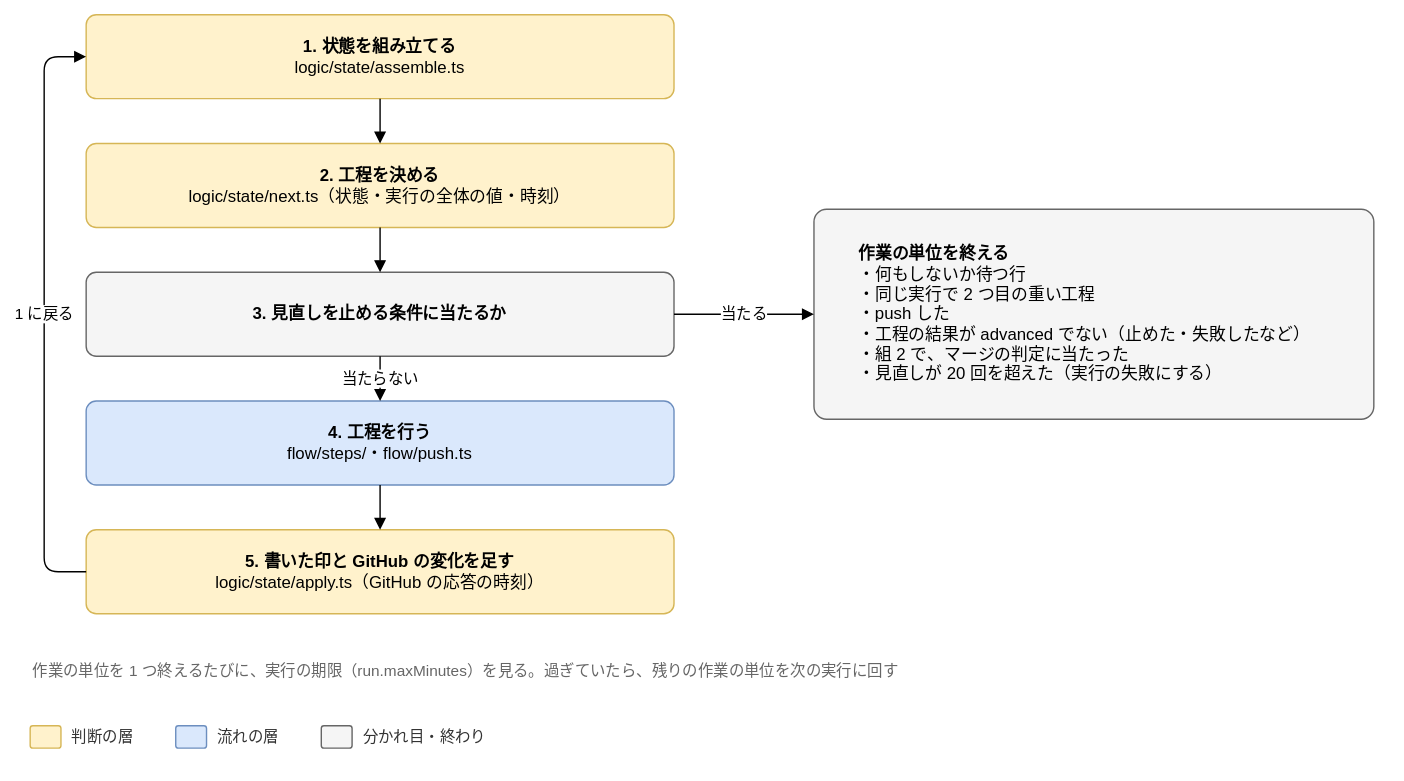
This is docs/design/detailed/diagrams/08-units.drawio.svg from Joymerrevent/dev-autopilot, a draw.io export, as it was before one commit. Source tidied: cells renumbered, new cells last; positions are measured from the earlier drawing's top-left corner, leaving out a move shared by most shapes.
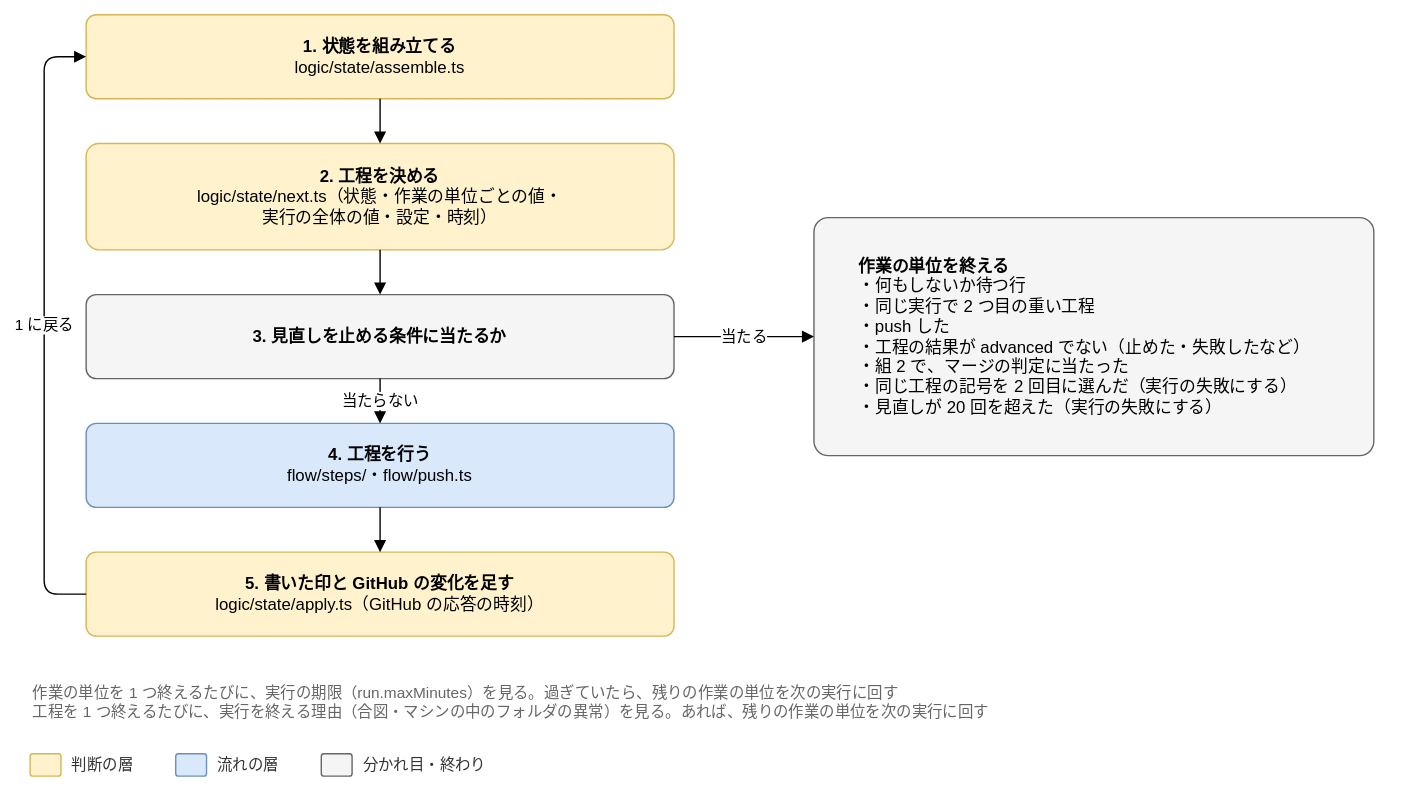
The same diagram one commit later.

Commit message:
docs(design): 08 の 1 回の実行の図と作業の単位の見直しの図を、直した表に合わせる

08-flow.md の表の直しを、図 08-run と 08-units に写す。

- 08-run：順 2 に記録の切れた行（G2 H-14）、順 4 に clone と全体の停止の Issue
  （M-75・M-78）、受付 AI を全体の停止の Issue で起こさないこと（H-1）、点検の依頼の
  結果を順 5 で書くこと（M-79）
- 08-units：next.ts に渡す値（M-88）、同じ工程を 2 回目に選んだら終えること（M-89）、
  実行を終える理由を見ること（M-80）

Claude-Session: https://claude.ai/code/session_01LvmXQN14Y95msvojZ6hWNP

Diff of the diagram source:
```diff
@@ -5,26 +5,26 @@
     <mxCell id="2" value="&lt;b&gt;1. 状態を組み立てる&lt;/b&gt;&lt;br&gt;logic/state/assemble.ts" style="rounded=1;whiteSpace=wrap;html=1;fontSize=12;arcSize=12;spacing=12;fillColor=#fff2cc;strokeColor=#d6b656;" parent="1" vertex="1">
       <mxGeometry x="40" width="420" height="60" as="geometry" />
     </mxCell>
-    <mxCell id="3" value="&lt;b&gt;2. 工程を決める&lt;/b&gt;&lt;br&gt;logic/state/next.ts（状態・実行の全体の値・時刻）" style="rounded=1;whiteSpace=wrap;html=1;fontSize=12;arcSize=12;spacing=12;fillColor=#fff2cc;strokeColor=#d6b656;" parent="1" vertex="1">
-      <mxGeometry x="40" y="92" width="420" height="60" as="geometry" />
+    <mxCell id="3" value="&lt;b&gt;2. 工程を決める&lt;/b&gt;&lt;br&gt;logic/state/next.ts（状態・作業の単位ごとの値・&lt;br&gt;実行の全体の値・設定・時刻）" style="rounded=1;whiteSpace=wrap;html=1;fontSize=12;arcSize=12;spacing=12;fillColor=#fff2cc;strokeColor=#d6b656;" parent="1" vertex="1">
+      <mxGeometry x="40" y="92" width="420" height="76" as="geometry" />
     </mxCell>
     <mxCell id="4" style="edgeStyle=orthogonalEdgeStyle;rounded=1;html=1;endArrow=block;endFill=1;fontSize=11;labelBackgroundColor=#ffffff;exitX=0.5;exitY=1;exitDx=0;exitDy=0;entryX=0.5;entryY=0;entryDx=0;entryDy=0;" parent="1" edge="1" source="2" target="3">
       <mxGeometry relative="1" as="geometry" />
     </mxCell>
     <mxCell id="5" value="&lt;b&gt;3. 見直しを止める条件に当たるか&lt;/b&gt;" style="rounded=1;whiteSpace=wrap;html=1;fontSize=12;arcSize=12;spacing=12;fillColor=#f5f5f5;strokeColor=#666666;" parent="1" vertex="1">
-      <mxGeometry x="40" y="184" width="420" height="60" as="geometry" />
+      <mxGeometry x="40" y="200" width="420" height="60" as="geometry" />
     </mxCell>
     <mxCell id="6" style="edgeStyle=orthogonalEdgeStyle;rounded=1;html=1;endArrow=block;endFill=1;fontSize=11;labelBackgroundColor=#ffffff;exitX=0.5;exitY=1;exitDx=0;exitDy=0;entryX=0.5;entryY=0;entryDx=0;entryDy=0;" parent="1" edge="1" source="3" target="5">
       <mxGeometry relative="1" as="geometry" />
     </mxCell>
     <mxCell id="7" value="&lt;b&gt;4. 工程を行う&lt;/b&gt;&lt;br&gt;flow/steps/・flow/push.ts" style="rounded=1;whiteSpace=wrap;html=1;fontSize=12;arcSize=12;spacing=12;fillColor=#dae8fc;strokeColor=#6c8ebf;" parent="1" vertex="1">
-      <mxGeometry x="40" y="276" width="420" height="60" as="geometry" />
+      <mxGeometry x="40" y="292" width="420" height="60" as="geometry" />
     </mxCell>
     <mxCell id="8" value="当たらない" style="edgeStyle=orthogonalEdgeStyle;rounded=1;html=1;endArrow=block;endFill=1;fontSize=11;labelBackgroundColor=#ffffff;exitX=0.5;exitY=1;exitDx=0;exitDy=0;entryX=0.5;entryY=0;entryDx=0;entryDy=0;" parent="1" edge="1" source="5" target="7">
       <mxGeometry relative="1" as="geometry" />
     </mxCell>
     <mxCell id="9" value="&lt;b&gt;5. 書いた印と GitHub の変化を足す&lt;/b&gt;&lt;br&gt;logic/state/apply.ts（GitHub の応答の時刻）" style="rounded=1;whiteSpace=wrap;html=1;fontSize=12;arcSize=12;spacing=12;fillColor=#fff2cc;strokeColor=#d6b656;" parent="1" vertex="1">
-      <mxGeometry x="40" y="368" width="420" height="60" as="geometry" />
+      <mxGeometry x="40" y="384" width="420" height="60" as="geometry" />
     </mxCell>
     <mxCell id="10" style="edgeStyle=orthogonalEdgeStyle;rounded=1;html=1;endArrow=block;endFill=1;fontSize=11;labelBackgroundColor=#ffffff;exitX=0.5;exitY=1;exitDx=0;exitDy=0;entryX=0.5;entryY=0;entryDx=0;entryDy=0;" parent="1" edge="1" source="7" target="9">
       <mxGeometry relative="1" as="geometry" />
@@ -32,37 +32,37 @@
     <mxCell id="11" value="1 に戻る" style="edgeStyle=orthogonalEdgeStyle;rounded=1;html=1;endArrow=block;endFill=1;fontSize=11;labelBackgroundColor=#ffffff;exitX=0;exitY=0.5;exitDx=0;exitDy=0;entryX=0;entryY=0.5;entryDx=0;entryDy=0;" parent="1" edge="1" source="9" target="2">
       <mxGeometry relative="1" as="geometry">
         <Array as="points">
-          <mxPoint x="10" y="398" />
+          <mxPoint x="10" y="414" />
           <mxPoint x="10" y="30" />
         </Array>
       </mxGeometry>
     </mxCell>
-    <mxCell id="12" value="&lt;b&gt;作業の単位を終える&lt;/b&gt;&lt;br&gt;・何もしないか待つ行&lt;br&gt;・同じ実行で 2 つ目の重い工程&lt;br&gt;・push した&lt;br&gt;・工程の結果が advanced でない（止めた・失敗したなど）&lt;br&gt;・組 2 で、マージの判定に当たった&lt;br&gt;・見直しが 20 回を超えた（実行の失敗にする）" style="rounded=1;whiteSpace=wrap;html=1;fontSize=12;arcSize=12;spacing=12;fillColor=#f5f5f5;strokeColor=#666666;align=left;arcSize=6;spacingLeft=20;" parent="1" vertex="1">
-      <mxGeometry x="560" y="139" width="400" height="150" as="geometry" />
+    <mxCell id="12" value="&lt;b&gt;作業の単位を終える&lt;/b&gt;&lt;br&gt;・何もしないか待つ行&lt;br&gt;・同じ実行で 2 つ目の重い工程&lt;br&gt;・push した&lt;br&gt;・工程の結果が advanced でない（止めた・失敗したなど）&lt;br&gt;・組 2 で、マージの判定に当たった&lt;br&gt;・同じ工程の記号を 2 回目に選んだ（実行の失敗にする）&lt;br&gt;・見直しが 20 回を超えた（実行の失敗にする）" style="rounded=1;whiteSpace=wrap;html=1;fontSize=12;arcSize=12;spacing=12;fillColor=#f5f5f5;strokeColor=#666666;align=left;arcSize=6;spacingLeft=20;" parent="1" vertex="1">
+      <mxGeometry x="560" y="145" width="400" height="170" as="geometry" />
     </mxCell>
     <mxCell id="13" value="当たる" style="edgeStyle=orthogonalEdgeStyle;rounded=1;html=1;endArrow=block;endFill=1;fontSize=11;labelBackgroundColor=#ffffff;exitX=1;exitY=0.5;exitDx=0;exitDy=0;entryX=0;entryY=0.5;entryDx=0;entryDy=0;" parent="1" edge="1" source="5" target="12">
       <mxGeometry relative="1" as="geometry" />
     </mxCell>
-    <mxCell id="14" value="作業の単位を 1 つ終えるたびに、実行の期限（run.maxMinutes）を見る。過ぎていたら、残りの作業の単位を次の実行に回す" style="text;html=1;whiteSpace=wrap;align=left;verticalAlign=top;fontSize=11;fontColor=#666666;" parent="1" vertex="1">
-      <mxGeometry y="456" width="700" height="40" as="geometry" />
+    <mxCell id="14" value="作業の単位を 1 つ終えるたびに、実行の期限（run.maxMinutes）を見る。過ぎていたら、残りの作業の単位を次の実行に回す&lt;br&gt;工程を 1 つ終えるたびに、実行を終える理由（合図・マシンの中のフォルダの異常）を見る。あれば、残りの作業の単位を次の実行に回す" style="text;html=1;whiteSpace=wrap;align=left;verticalAlign=top;fontSize=11;fontColor=#666666;" parent="1" vertex="1">
+      <mxGeometry y="472" width="700" height="44" as="geometry" />
     </mxCell>
     <mxCell id="15" style="rounded=1;whiteSpace=wrap;html=1;fontSize=12;arcSize=12;spacing=12;fillColor=#fff2cc;strokeColor=#d6b656;" parent="1" vertex="1">
-      <mxGeometry y="508" width="22" height="16" as="geometry" />
+      <mxGeometry y="528" width="22" height="16" as="geometry" />
     </mxCell>
     <mxCell id="16" value="判断の層" style="text;html=1;align=left;verticalAlign=middle;fontSize=11;fontColor=#333333;" parent="1" vertex="1">
-      <mxGeometry x="28" y="506" width="60" height="20" as="geometry" />
+      <mxGeometry x="28" y="526" width="60" height="20" as="geometry" />
     </mxCell>
     <mxCell id="17" style="rounded=1;whiteSpace=wrap;html=1;fontSize=12;arcSize=12;spacing=12;fillColor=#dae8fc;strokeColor=#6c8ebf;" parent="1" vertex="1">
-      <mxGeometry x="104" y="508" width="22" height="16" as="geometry" />
+      <mxGeometry x="104" y="528" width="22" height="16" as="geometry" />
     </mxCell>
     <mxCell id="18" value="流れの層" style="text;html=1;align=left;verticalAlign=middle;fontSize=11;fontColor=#333333;" parent="1" vertex="1">
-      <mxGeometry x="132" y="506" width="60" height="20" as="geometry" />
+      <mxGeometry x="132" y="526" width="60" height="20" as="geometry" />
     </mxCell>
     <mxCell id="19" style="rounded=1;whiteSpace=wrap;html=1;fontSize=12;arcSize=12;spacing=12;fillColor=#f5f5f5;strokeColor=#666666;" parent="1" vertex="1">
-      <mxGeometry x="208" y="508" width="22" height="16" as="geometry" />
+      <mxGeometry x="208" y="528" width="22" height="16" as="geometry" />
     </mxCell>
     <mxCell id="20" value="分かれ目・終わり" style="text;html=1;align=left;verticalAlign=middle;fontSize=11;fontColor=#333333;" parent="1" vertex="1">
-      <mxGeometry x="236" y="506" width="100" height="20" as="geometry" />
+      <mxGeometry x="236" y="526" width="100" height="20" as="geometry" />
     </mxCell>
   </root>
 </mxGraphModel>
```
